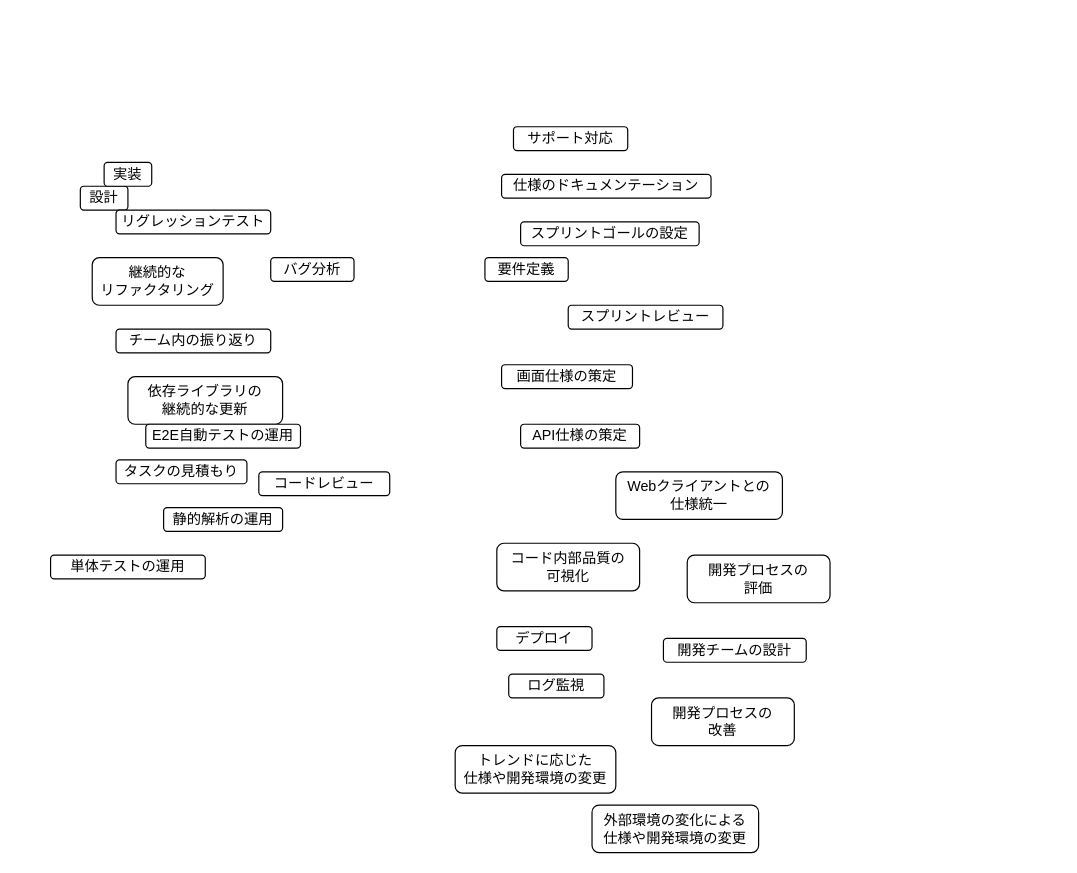
Above: images/continuous-delivery-by-multinational-team/domain.drawio in shotaIDE/zenn (draw.io), before the change. Source tidied: cells renumbered, new cells numbered last; positions are measured from the earlier drawing's top-left corner, leaving out a move shared by most shapes. Both pictures are drawn from the tidied source at 119%, with x=0, y=0 at pixel (50, 126).
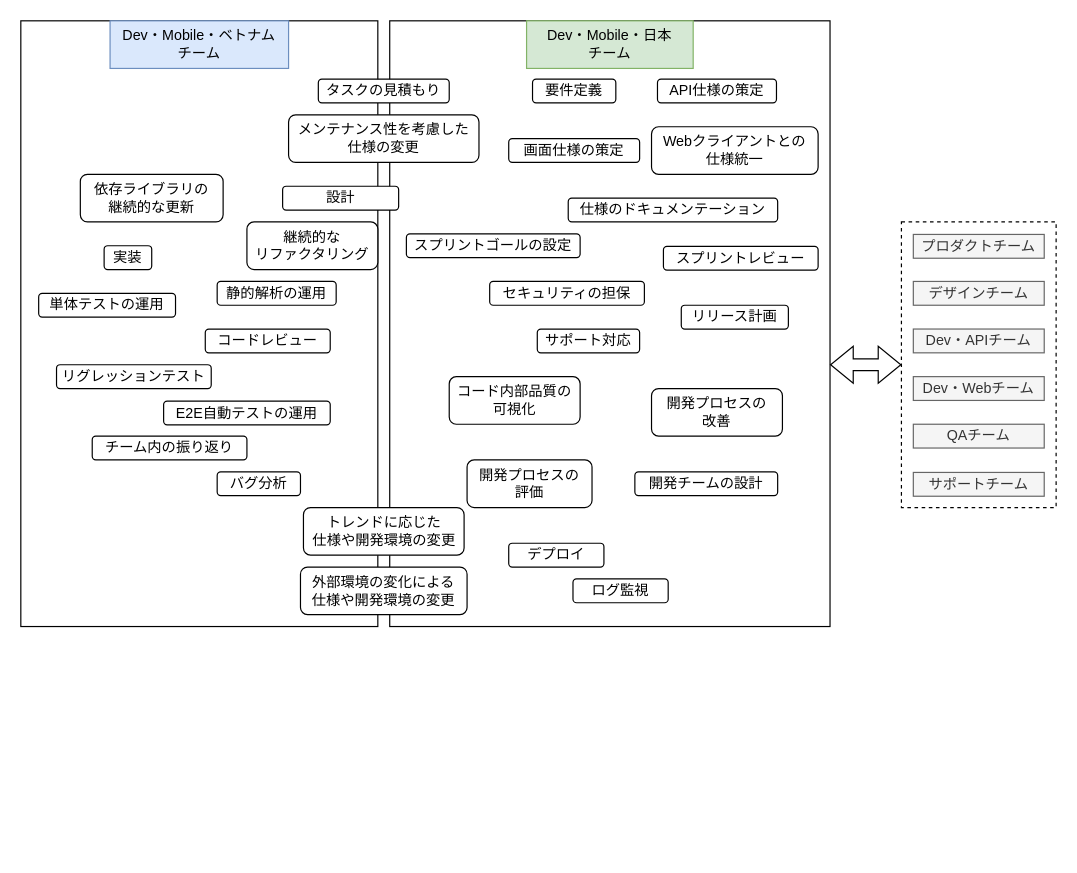
The same diagram, later.

What changed in the source:
```diff
@@
+    <mxCell id="30" style="rounded=0;whiteSpace=wrap;html=1;fillColor=none;dashed=1;" parent="1" vertex="1">
+      <mxGeometry x="715" y="80" width="130" height="240" as="geometry" />
+    </mxCell>
+    <mxCell id="31" style="rounded=0;whiteSpace=wrap;html=1;fillColor=none;" parent="1" vertex="1">
+      <mxGeometry x="285" y="-89" width="370" height="509" as="geometry" />
+    </mxCell>
+    <mxCell id="32" style="rounded=0;whiteSpace=wrap;html=1;fillColor=none;" parent="1" vertex="1">
+      <mxGeometry x="-25" y="-89" width="300" height="509" as="geometry" />
+    </mxCell>
     <mxCell id="2" value="設計" style="rounded=1;whiteSpace=wrap;html=1;" parent="1" vertex="1">
-      <mxGeometry x="25" y="50" width="40" height="20" as="geometry" />
+      <mxGeometry x="195" y="50" width="97.5" height="20" as="geometry" />
     </mxCell>
     <mxCell id="3" value="実装" style="rounded=1;whiteSpace=wrap;html=1;" parent="1" vertex="1">
-      <mxGeometry x="45" y="30" width="40" height="20" as="geometry" />
+      <mxGeometry x="45" y="100" width="40" height="20" as="geometry" />
     </mxCell>
     <mxCell id="4" value="リグレッションテスト" style="rounded=1;whiteSpace=wrap;html=1;" parent="1" vertex="1">
-      <mxGeometry x="55" y="70" width="130" height="20" as="geometry" />
+      <mxGeometry x="5" y="200" width="130" height="20" as="geometry" />
     </mxCell>
     <mxCell id="5" value="継続的な&lt;br&gt;リファクタリング" style="rounded=1;whiteSpace=wrap;html=1;" parent="1" vertex="1">
-      <mxGeometry x="35" y="110" width="110" height="40" as="geometry" />
+      <mxGeometry x="165" y="80" width="110" height="40" as="geometry" />
     </mxCell>
     <mxCell id="6" value="バグ分析" style="rounded=1;whiteSpace=wrap;html=1;" parent="1" vertex="1">
-      <mxGeometry x="185" y="110" width="70" height="20" as="geometry" />
+      <mxGeometry x="140" y="290" width="70" height="20" as="geometry" />
     </mxCell>
     <mxCell id="7" value="チーム内の振り返り" style="rounded=1;whiteSpace=wrap;html=1;" parent="1" vertex="1">
-      <mxGeometry x="55" y="170" width="130" height="20" as="geometry" />
+      <mxGeometry x="35" y="260" width="130" height="20" as="geometry" />
     </mxCell>
     <mxCell id="8" value="依存ライブラリの&lt;br&gt;継続的な更新" style="rounded=1;whiteSpace=wrap;html=1;" parent="1" vertex="1">
-      <mxGeometry x="65" y="210" width="130" height="40" as="geometry" />
+      <mxGeometry x="25" y="40" width="120" height="40" as="geometry" />
     </mxCell>
     <mxCell id="9" value="単体テストの運用" style="rounded=1;whiteSpace=wrap;html=1;" parent="1" vertex="1">
-      <mxGeometry y="360" width="130" height="20" as="geometry" />
+      <mxGeometry x="-10" y="140" width="115" height="20" as="geometry" />
     </mxCell>
     <mxCell id="10" value="E2E自動テストの運用" style="rounded=1;whiteSpace=wrap;html=1;" parent="1" vertex="1">
-      <mxGeometry x="80" y="250" width="130" height="20" as="geometry" />
+      <mxGeometry x="95" y="230.5" width="140" height="20" as="geometry" />
     </mxCell>
     <mxCell id="11" value="静的解析の運用" style="rounded=1;whiteSpace=wrap;html=1;" parent="1" vertex="1">
-      <mxGeometry x="95" y="320" width="100" height="20" as="geometry" />
+      <mxGeometry x="140" y="130" width="100" height="20" as="geometry" />
     </mxCell>
     <mxCell id="12" value="タスクの見積もり" style="rounded=1;whiteSpace=wrap;html=1;" parent="1" vertex="1">
-      <mxGeometry x="55" y="280" width="110" height="20" as="geometry" />
+      <mxGeometry x="225" y="-40" width="110" height="20" as="geometry" />
     </mxCell>
     <mxCell id="13" value="コードレビュー" style="rounded=1;whiteSpace=wrap;html=1;" parent="1" vertex="1">
-      <mxGeometry x="175" y="290" width="110" height="20" as="geometry" />
+      <mxGeometry x="130" y="170" width="105" height="20" as="geometry" />
     </mxCell>
     <mxCell id="14" value="スプリントゴールの設定" style="rounded=1;whiteSpace=wrap;html=1;" parent="1" vertex="1">
-      <mxGeometry x="395" y="80" width="150" height="20" as="geometry" />
+      <mxGeometry x="299" y="90" width="146" height="20" as="geometry" />
     </mxCell>
     <mxCell id="15" value="要件定義" style="rounded=1;whiteSpace=wrap;html=1;" parent="1" vertex="1">
-      <mxGeometry x="365" y="110" width="70" height="20" as="geometry" />
+      <mxGeometry x="405" y="-40" width="70" height="20" as="geometry" />
     </mxCell>
     <mxCell id="16" value="スプリントレビュー" style="rounded=1;whiteSpace=wrap;html=1;" parent="1" vertex="1">
-      <mxGeometry x="435" y="150" width="130" height="20" as="geometry" />
+      <mxGeometry x="515" y="100.5" width="130" height="20" as="geometry" />
     </mxCell>
     <mxCell id="17" value="画面仕様の策定" style="rounded=1;whiteSpace=wrap;html=1;" parent="1" vertex="1">
-      <mxGeometry x="379" y="200" width="110" height="20" as="geometry" />
+      <mxGeometry x="385" y="10" width="110" height="20" as="geometry" />
     </mxCell>
     <mxCell id="18" value="API仕様の策定" style="rounded=1;whiteSpace=wrap;html=1;" parent="1" vertex="1">
-      <mxGeometry x="395" y="250" width="100" height="20" as="geometry" />
+      <mxGeometry x="510" y="-40" width="100" height="20" as="geometry" />
     </mxCell>
     <mxCell id="19" value="Webクライアントとの&lt;br&gt;仕様統一" style="rounded=1;whiteSpace=wrap;html=1;" parent="1" vertex="1">
-      <mxGeometry x="475" y="290" width="140" height="40" as="geometry" />
+      <mxGeometry x="505" width="140" height="40" as="geometry" />
     </mxCell>
     <mxCell id="20" value="コード内部品質の&lt;br&gt;可視化" style="rounded=1;whiteSpace=wrap;html=1;" parent="1" vertex="1">
-      <mxGeometry x="375" y="350" width="120" height="40" as="geometry" />
+      <mxGeometry x="335" y="210" width="110" height="40" as="geometry" />
     </mxCell>
     <mxCell id="21" value="デプロイ" style="rounded=1;whiteSpace=wrap;html=1;" parent="1" vertex="1">
-      <mxGeometry x="375" y="420" width="80" height="20" as="geometry" />
+      <mxGeometry x="385" y="350" width="80" height="20" as="geometry" />
     </mxCell>
     <mxCell id="22" value="ログ監視" style="rounded=1;whiteSpace=wrap;html=1;" parent="1" vertex="1">
-      <mxGeometry x="385" y="460" width="80" height="20" as="geometry" />
+      <mxGeometry x="439" y="380" width="80" height="20" as="geometry" />
     </mxCell>
     <mxCell id="23" value="開発プロセスの&lt;br&gt;評価" style="rounded=1;whiteSpace=wrap;html=1;" parent="1" vertex="1">
-      <mxGeometry x="535" y="360" width="120" height="40" as="geometry" />
+      <mxGeometry x="350" y="280" width="105" height="40" as="geometry" />
     </mxCell>
     <mxCell id="24" value="開発チームの設計" style="rounded=1;whiteSpace=wrap;html=1;" parent="1" vertex="1">
-      <mxGeometry x="515" y="430" width="120" height="20" as="geometry" />
+      <mxGeometry x="491" y="290" width="120" height="20" as="geometry" />
     </mxCell>
     <mxCell id="25" value="仕様のドキュメンテーション" style="rounded=1;whiteSpace=wrap;html=1;" parent="1" vertex="1">
-      <mxGeometry x="379" y="40" width="176" height="20" as="geometry" />
+      <mxGeometry x="435" y="60" width="176" height="20" as="geometry" />
     </mxCell>
     <mxCell id="26" value="サポート対応" style="rounded=1;whiteSpace=wrap;html=1;" parent="1" vertex="1">
-      <mxGeometry x="389" width="96" height="20" as="geometry" />
+      <mxGeometry x="409" y="170" width="86" height="20" as="geometry" />
     </mxCell>
     <mxCell id="27" value="開発プロセスの&lt;br&gt;改善" style="rounded=1;whiteSpace=wrap;html=1;" parent="1" vertex="1">
-      <mxGeometry x="505" y="480" width="120" height="40" as="geometry" />
+      <mxGeometry x="505" y="220" width="110" height="40" as="geometry" />
     </mxCell>
     <mxCell id="28" value="トレンドに応じた&lt;br&gt;仕様や開発環境の変更" style="rounded=1;whiteSpace=wrap;html=1;" parent="1" vertex="1">
-      <mxGeometry x="340" y="520" width="135" height="40" as="geometry" />
+      <mxGeometry x="212.5" y="320" width="135" height="40" as="geometry" />
     </mxCell>
     <mxCell id="29" value="外部環境の変化による&lt;br&gt;仕様や開発環境の変更" style="rounded=1;whiteSpace=wrap;html=1;" parent="1" vertex="1">
-      <mxGeometry x="455" y="570" width="140" height="40" as="geometry" />
+      <mxGeometry x="210" y="370" width="140" height="40" as="geometry" />
     </mxCell>
+    <mxCell id="33" value="Dev・Mobile・ベトナム&lt;br&gt;チーム" style="rounded=0;whiteSpace=wrap;html=1;fillColor=#dae8fc;strokeColor=#6c8ebf;" parent="1" vertex="1">
+      <mxGeometry x="50" y="-89" width="150" height="40" as="geometry" />
+    </mxCell>
+    <mxCell id="34" value="Dev・Mobile・日本&lt;br&gt;チーム" style="rounded=0;whiteSpace=wrap;html=1;fillColor=#d5e8d4;strokeColor=#82b366;" parent="1" vertex="1">
+      <mxGeometry x="400" y="-89" width="140" height="40" as="geometry" />
+    </mxCell>
+    <mxCell id="35" value="メンテナンス性を考慮した&lt;br&gt;仕様の変更" style="rounded=1;whiteSpace=wrap;html=1;" parent="1" vertex="1">
+      <mxGeometry x="200" y="-10" width="160" height="40" as="geometry" />
+    </mxCell>
+    <mxCell id="36" value="セキュリティの担保" style="rounded=1;whiteSpace=wrap;html=1;" parent="1" vertex="1">
+      <mxGeometry x="369" y="130" width="130" height="20" as="geometry" />
+    </mxCell>
+    <mxCell id="37" value="リリース計画" style="rounded=1;whiteSpace=wrap;html=1;" parent="1" vertex="1">
+      <mxGeometry x="530" y="150" width="90" height="20" as="geometry" />
+    </mxCell>
+    <mxCell id="38" value="プロダクトチーム" style="rounded=0;whiteSpace=wrap;html=1;fillColor=#f5f5f5;strokeColor=#666666;fontColor=#333333;" parent="1" vertex="1">
+      <mxGeometry x="725" y="90.5" width="110" height="20" as="geometry" />
+    </mxCell>
+    <mxCell id="39" value="デザインチーム" style="rounded=0;whiteSpace=wrap;html=1;fillColor=#f5f5f5;strokeColor=#666666;fontColor=#333333;" parent="1" vertex="1">
+      <mxGeometry x="725" y="130" width="110" height="20" as="geometry" />
+    </mxCell>
+    <mxCell id="40" value="サポートチーム" style="rounded=0;whiteSpace=wrap;html=1;fillColor=#f5f5f5;strokeColor=#666666;fontColor=#333333;" parent="1" vertex="1">
+      <mxGeometry x="725" y="290.5" width="110" height="20" as="geometry" />
+    </mxCell>
+    <mxCell id="41" value="QAチーム" style="rounded=0;whiteSpace=wrap;html=1;fillColor=#f5f5f5;strokeColor=#666666;fontColor=#333333;" parent="1" vertex="1">
+      <mxGeometry x="725" y="250" width="110" height="20" as="geometry" />
+    </mxCell>
+    <mxCell id="42" value="Dev・APIチーム" style="rounded=0;whiteSpace=wrap;html=1;fillColor=#f5f5f5;strokeColor=#666666;fontColor=#333333;" parent="1" vertex="1">
+      <mxGeometry x="725" y="170" width="110" height="20" as="geometry" />
+    </mxCell>
+    <mxCell id="43" value="Dev・Webチーム" style="rounded=0;whiteSpace=wrap;html=1;fillColor=#f5f5f5;strokeColor=#666666;fontColor=#333333;" parent="1" vertex="1">
+      <mxGeometry x="725" y="210" width="110" height="20" as="geometry" />
+    </mxCell>
+    <mxCell id="44" style="shape=flexArrow;endArrow=classic;startArrow=classic;html=1;rounded=0;" parent="1" edge="1">
+      <mxGeometry relative="1" as="geometry">
+        <mxPoint x="655" y="200" as="sourcePoint" />
+        <mxPoint x="715" y="200" as="targetPoint" />
+      </mxGeometry>
+    </mxCell>
+    <mxCell id="45" style="edgeStyle=orthogonalEdgeStyle;rounded=0;orthogonalLoop=1;jettySize=auto;html=1;exitX=0.5;exitY=1;exitDx=0;exitDy=0;" parent="1" edge="1" source="21" target="21">
+      <mxGeometry relative="1" as="geometry" />
+    </mxCell>
```
